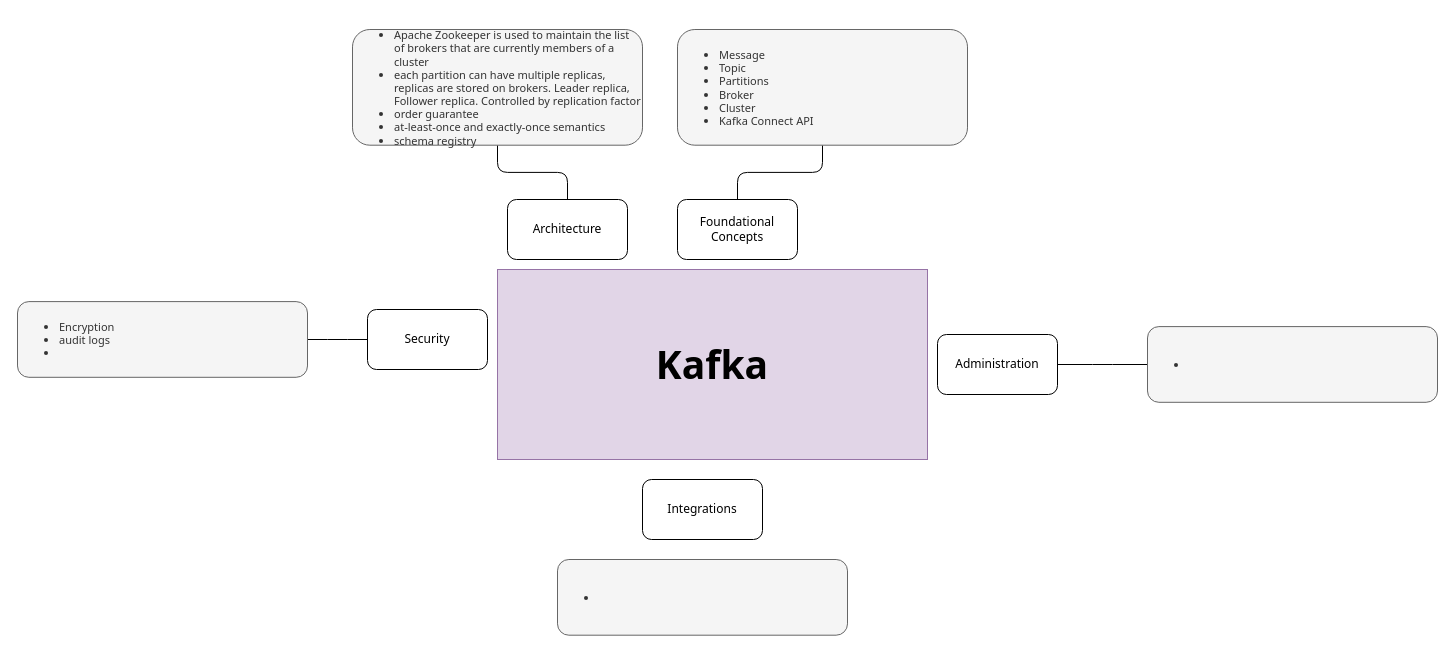
Above: Kafka.drawio in kanchantewary/MindMaps (draw.io), before the change. Source tidied: cells renumbered, new cells numbered last; positions are measured from the earlier drawing's top-left corner, leaving out a move shared by most shapes. Both pictures are drawn from the tidied source at 100%, with x=0, y=0 at pixel (17, 29).
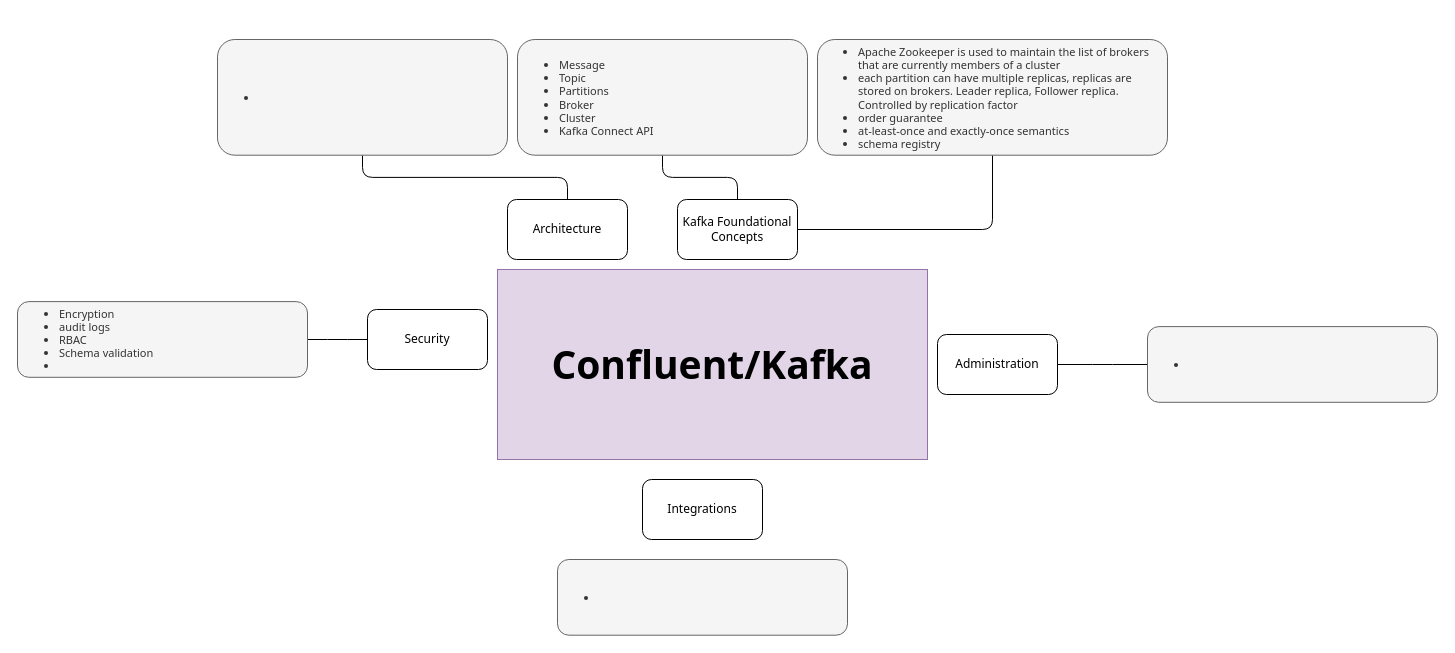
Above is the later version.

Diff of the diagram source:
```diff
@@
 <mxGraphModel>
   <root>
     <mxCell id="0" />
     <mxCell id="1" parent="0" />
-    <mxCell id="2" value="&lt;h2&gt;Kafka&lt;/h2&gt;" style="rounded=0;whiteSpace=wrap;html=1;fontSize=26;fontFamily=Tahoma;fillColor=#e1d5e7;strokeColor=#9673a6;" parent="1" vertex="1">
+    <mxCell id="2" value="&lt;h2&gt;Confluent/Kafka&lt;/h2&gt;" style="rounded=0;whiteSpace=wrap;html=1;fontSize=26;fontFamily=Tahoma;fillColor=#e1d5e7;strokeColor=#9673a6;" parent="1" vertex="1">
       <mxGeometry x="480" y="240" width="430" height="190" as="geometry" />
     </mxCell>
     <mxCell id="3" style="edgeStyle=orthogonalEdgeStyle;rounded=1;jettySize=auto;html=1;fontFamily=Tahoma;endArrow=none;endFill=0;" parent="1" edge="1" source="4" target="12">
       <mxGeometry relative="1" as="geometry" />
     </mxCell>
     <mxCell id="4" value="Architecture" style="rounded=1;whiteSpace=wrap;html=1;fontFamily=Tahoma;" parent="1" vertex="1">
       <mxGeometry x="490" y="170" width="120" height="60" as="geometry" />
     </mxCell>
     <mxCell id="5" value="Integrations" style="rounded=1;whiteSpace=wrap;html=1;fontFamily=Tahoma;" parent="1" vertex="1">
       <mxGeometry x="625" y="450" width="120" height="60" as="geometry" />
     </mxCell>
     <mxCell id="6" style="edgeStyle=orthogonalEdgeStyle;rounded=1;jettySize=auto;html=1;fontFamily=Tahoma;endArrow=none;endFill=0;" parent="1" edge="1" source="7" target="13">
       <mxGeometry relative="1" as="geometry" />
     </mxCell>
     <mxCell id="7" value="Security" style="rounded=1;whiteSpace=wrap;html=1;fontFamily=Tahoma;" parent="1" vertex="1">
       <mxGeometry x="350" y="280" width="120" height="60" as="geometry" />
     </mxCell>
     <mxCell id="8" style="edgeStyle=orthogonalEdgeStyle;rounded=1;jettySize=auto;html=1;fontFamily=Tahoma;endArrow=none;endFill=0;" parent="1" edge="1" source="9" target="10">
       <mxGeometry relative="1" as="geometry" />
     </mxCell>
     <mxCell id="9" value="Administration" style="rounded=1;whiteSpace=wrap;html=1;fontFamily=Tahoma;" parent="1" vertex="1">
       <mxGeometry x="920" y="305" width="120" height="60" as="geometry" />
     </mxCell>
     <mxCell id="10" value="&lt;ul&gt;&lt;li&gt;&lt;br&gt;&lt;/li&gt;&lt;/ul&gt;" style="rounded=1;whiteSpace=wrap;html=1;fontFamily=Tahoma;align=left;fontSize=11;fillColor=#f5f5f5;fontColor=#333333;strokeColor=#666666;" parent="1" vertex="1">
       <mxGeometry x="1130" y="297.1" width="290" height="75.7" as="geometry" />
     </mxCell>
     <mxCell id="11" value="&lt;ul&gt;&lt;li&gt;&lt;br&gt;&lt;/li&gt;&lt;/ul&gt;" style="rounded=1;whiteSpace=wrap;html=1;fontFamily=Tahoma;align=left;fontSize=11;fillColor=#f5f5f5;fontColor=#333333;strokeColor=#666666;" parent="1" vertex="1">
       <mxGeometry x="540" y="530" width="290" height="75.7" as="geometry" />
     </mxCell>
-    <mxCell id="12" value="&lt;ul&gt;&lt;li&gt;&lt;span&gt;Apache Zookeeper is used to maintain the list of brokers that are currently members of a cluster&lt;/span&gt;&lt;br&gt;&lt;/li&gt;&lt;li&gt;each partition can have multiple replicas, replicas are stored on brokers. Leader replica, Follower replica. Controlled by replication factor&lt;/li&gt;&lt;li&gt;order guarantee&lt;/li&gt;&lt;li&gt;at-least-once and exactly-once semantics&lt;/li&gt;&lt;li&gt;schema registry&lt;/li&gt;&lt;/ul&gt;" style="rounded=1;whiteSpace=wrap;html=1;fontFamily=Tahoma;align=left;fontSize=11;fillColor=#f5f5f5;fontColor=#333333;strokeColor=#666666;" parent="1" vertex="1">
-      <mxGeometry x="335" width="290" height="115.7" as="geometry" />
+    <mxCell id="12" value="&lt;ul&gt;&lt;li&gt;&lt;br&gt;&lt;/li&gt;&lt;/ul&gt;" style="rounded=1;whiteSpace=wrap;html=1;fontFamily=Tahoma;align=left;fontSize=11;fillColor=#f5f5f5;fontColor=#333333;strokeColor=#666666;" parent="1" vertex="1">
+      <mxGeometry x="200" y="10" width="290" height="115.7" as="geometry" />
     </mxCell>
-    <mxCell id="13" value="&lt;ul&gt;&lt;li&gt;Encryption&lt;/li&gt;&lt;li&gt;audit logs&lt;/li&gt;&lt;li&gt;&lt;br&gt;&lt;/li&gt;&lt;/ul&gt;" style="rounded=1;whiteSpace=wrap;html=1;fontFamily=Tahoma;align=left;fontSize=11;fillColor=#f5f5f5;fontColor=#333333;strokeColor=#666666;" parent="1" vertex="1">
+    <mxCell id="13" value="&lt;ul&gt;&lt;li&gt;Encryption&lt;/li&gt;&lt;li&gt;audit logs&lt;/li&gt;&lt;li&gt;RBAC&lt;/li&gt;&lt;li&gt;Schema validation&lt;/li&gt;&lt;li&gt;&lt;br&gt;&lt;/li&gt;&lt;/ul&gt;" style="rounded=1;whiteSpace=wrap;html=1;fontFamily=Tahoma;align=left;fontSize=11;fillColor=#f5f5f5;fontColor=#333333;strokeColor=#666666;" parent="1" vertex="1">
       <mxGeometry y="272.1" width="290" height="75.7" as="geometry" />
     </mxCell>
     <mxCell id="14" style="edgeStyle=orthogonalEdgeStyle;rounded=1;jettySize=auto;html=1;fontFamily=Tahoma;endArrow=none;endFill=0;" parent="1" edge="1" source="15" target="16">
       <mxGeometry relative="1" as="geometry" />
     </mxCell>
+    <mxCell id="17" style="edgeStyle=orthogonalEdgeStyle;rounded=1;jettySize=auto;html=1;fontFamily=Tahoma;endArrow=none;endFill=0;" parent="1" edge="1" source="15" target="18">
+      <mxGeometry relative="1" as="geometry" />
+    </mxCell>
-    <mxCell id="15" value="Foundational Concepts" style="rounded=1;whiteSpace=wrap;html=1;fontFamily=Tahoma;" parent="1" vertex="1">
+    <mxCell id="15" value="Kafka Foundational Concepts" style="rounded=1;whiteSpace=wrap;html=1;fontFamily=Tahoma;" parent="1" vertex="1">
       <mxGeometry x="660" y="170" width="120" height="60" as="geometry" />
     </mxCell>
     <mxCell id="16" value="&lt;ul&gt;&lt;li&gt;Message&lt;/li&gt;&lt;li&gt;Topic&lt;/li&gt;&lt;li&gt;Partitions&lt;/li&gt;&lt;li&gt;Broker&lt;/li&gt;&lt;li&gt;Cluster&lt;/li&gt;&lt;li&gt;Kafka Connect API&lt;/li&gt;&lt;/ul&gt;" style="rounded=1;whiteSpace=wrap;html=1;fontFamily=Tahoma;align=left;fontSize=11;fillColor=#f5f5f5;fontColor=#333333;strokeColor=#666666;" parent="1" vertex="1">
-      <mxGeometry x="660" width="290" height="115.7" as="geometry" />
+      <mxGeometry x="500" y="10" width="290" height="115.7" as="geometry" />
     </mxCell>
+    <mxCell id="18" value="&lt;ul style=&quot;color: rgb(51 , 51 , 51) ; font-size: 11px ; text-align: left&quot;&gt;&lt;li&gt;Apache Zookeeper is used to maintain the list of brokers that are currently members of a cluster&lt;br&gt;&lt;/li&gt;&lt;li&gt;each partition can have multiple replicas, replicas are stored on brokers. Leader replica, Follower replica. Controlled by replication factor&lt;/li&gt;&lt;li&gt;order guarantee&lt;/li&gt;&lt;li&gt;at-least-once and exactly-once semantics&lt;/li&gt;&lt;li&gt;schema registry&lt;/li&gt;&lt;/ul&gt;" style="whiteSpace=wrap;html=1;fontFamily=Tahoma;rounded=1;fillColor=#f5f5f5;fontColor=#333333;strokeColor=#666666;" parent="1" vertex="1">
+      <mxGeometry x="800" y="10" width="350" height="115.7" as="geometry" />
+    </mxCell>
   </root>
 </mxGraphModel>
```
